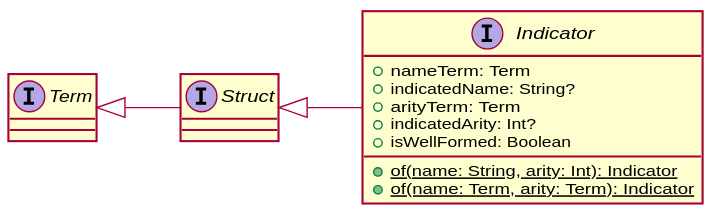
Earlier version of the PlantUML export img/indicator.svg (gciatto-unibo/2p-kt-presentation). The source it was exported from:
```plantuml
@startuml
left to right direction
skinparam shadowing false

interface Term
interface Struct
interface Indicator {
  + nameTerm: Term
  + indicatedName: String?
  + arityTerm: Term
  + indicatedArity: Int?
  + isWellFormed: Boolean
  + {static} of(name: String, arity: Int): Indicator
  + {static} of(name: Term, arity: Term): Indicator
}

Term <|-- Struct

Struct <|-- Indicator

@enduml
```
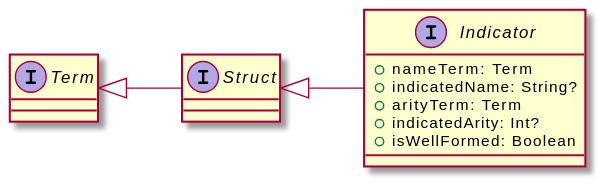
After the change.

The edit, as a diff of the source:
```diff
@@ -1,7 +1,5 @@
 @startuml
 left to right direction
-skinparam shadowing false
-
 interface Term
 interface Struct
 interface Indicator {
@@ -10,12 +8,9 @@
   + arityTerm: Term
   + indicatedArity: Int?
   + isWellFormed: Boolean
-  + {static} of(name: String, arity: Int): Indicator
-  + {static} of(name: Term, arity: Term): Indicator
 }
 
 Term <|-- Struct
 
 Struct <|-- Indicator
-
 @enduml
```
